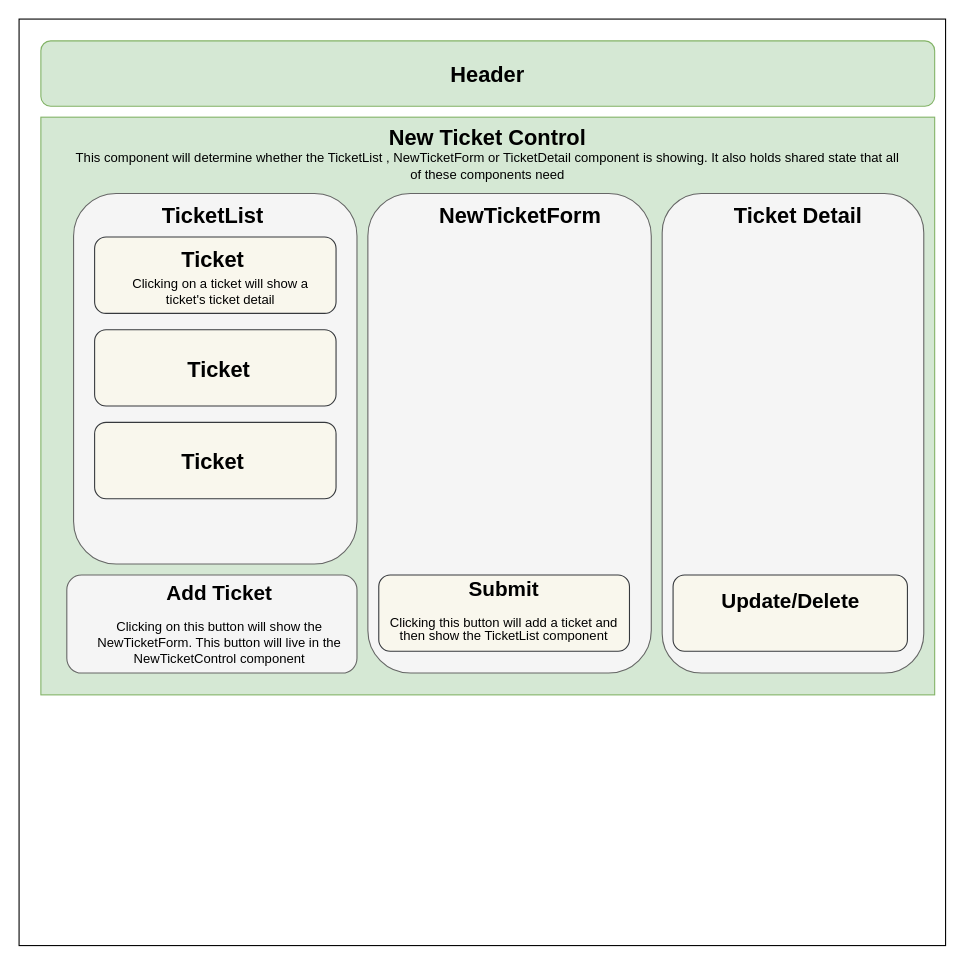
Before: img/diagram.drawio in fc-dogan/help-queue, a draw.io diagram. Source tidied: cells renumbered, new cells numbered last; positions are measured from the earlier drawing's top-left corner, leaving out a move shared by most shapes. Both pictures are drawn from the tidied source at 109%, with x=0, y=0 at pixel (19, 19).
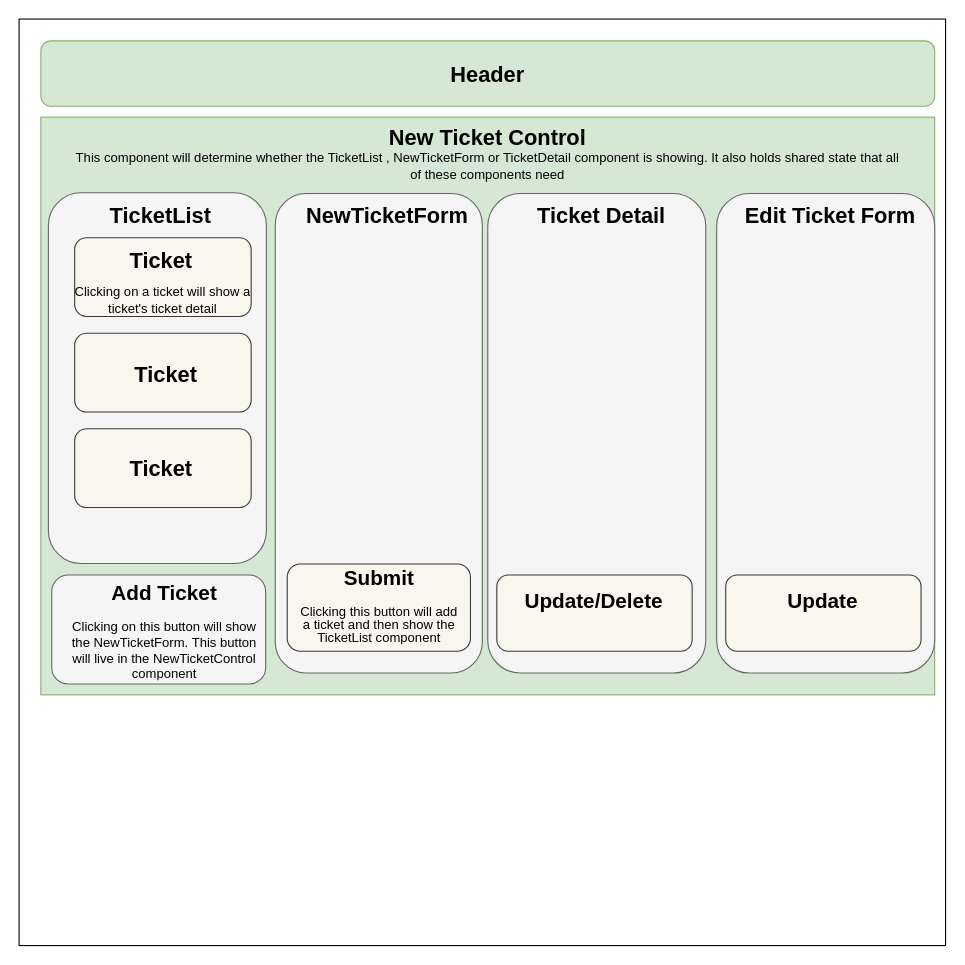
The same page after the edit.

Commit message (it also covers changes not shown here):
add new state slice to Ticketcontrol to toggle between forms

Diff of the diagram source:
```diff
@@
     <mxCell id="4" style="group;" parent="1" vertex="1">
-      <mxGeometry x="50" y="150" width="260" height="350" as="geometry" />
+      <mxGeometry x="36.9" y="150" width="210" height="360" as="geometry" />
     </mxCell>
     <mxCell id="5" style="group;" parent="4" vertex="1">
-      <mxGeometry width="260" height="350" as="geometry" />
+      <mxGeometry width="210" height="360" as="geometry" />
     </mxCell>
+    <mxCell id="32" style="group;" parent="5" vertex="1">
+      <mxGeometry y="9.4" width="190" height="350.6" as="geometry" />
+    </mxCell>
-    <mxCell id="6" style="rounded=1;whiteSpace=wrap;html=1;fillColor=#f5f5f5;strokeColor=#666666;fontColor=#333333;" parent="5" vertex="1">
-      <mxGeometry y="10" width="260" height="340" as="geometry" />
+    <mxCell id="6" style="rounded=1;whiteSpace=wrap;html=1;fillColor=#f5f5f5;strokeColor=#666666;fontColor=#333333;" parent="32" vertex="1">
+      <mxGeometry x="-10" width="200" height="340" as="geometry" />
     </mxCell>
-    <mxCell id="7" style="rounded=1;whiteSpace=wrap;html=1;fillColor=#f9f7ed;strokeColor=#36393d;" parent="5" vertex="1">
-      <mxGeometry x="19.3" y="50" width="221.5" height="70" as="geometry" />
+    <mxCell id="7" style="rounded=1;whiteSpace=wrap;html=1;fillColor=#f9f7ed;strokeColor=#36393d;" parent="32" vertex="1">
+      <mxGeometry x="14.1" y="41.2" width="161.9" height="72.2" as="geometry" />
     </mxCell>
-    <mxCell id="8" value="&lt;font style=&quot;font-size: 20px&quot;&gt;&lt;b&gt;Ticket&lt;/b&gt;&lt;/font&gt;" style="text;html=1;strokeColor=none;fillColor=none;align=center;verticalAlign=middle;whiteSpace=wrap;rounded=0;" parent="5" vertex="1">
-      <mxGeometry x="81.9" y="60" width="91.5" height="20" as="geometry" />
+    <mxCell id="8" value="&lt;font style=&quot;font-size: 20px&quot;&gt;&lt;b&gt;Ticket&lt;/b&gt;&lt;/font&gt;" style="text;html=1;strokeColor=none;fillColor=none;align=center;verticalAlign=middle;whiteSpace=wrap;rounded=0;" parent="32" vertex="1">
+      <mxGeometry x="59.8" y="51.6" width="66.9" height="20.6" as="geometry" />
     </mxCell>
-    <mxCell id="9" style="rounded=1;whiteSpace=wrap;html=1;fillColor=#f9f7ed;strokeColor=#36393d;" parent="5" vertex="1">
-      <mxGeometry x="19.3" y="135" width="221.5" height="70" as="geometry" />
+    <mxCell id="9" style="rounded=1;whiteSpace=wrap;html=1;fillColor=#f9f7ed;strokeColor=#36393d;" parent="32" vertex="1">
+      <mxGeometry x="14.1" y="128.9" width="161.9" height="72.2" as="geometry" />
     </mxCell>
-    <mxCell id="10" value="&lt;font style=&quot;font-size: 20px&quot;&gt;&lt;b&gt;Ticket&lt;/b&gt;&lt;/font&gt;" style="text;html=1;strokeColor=none;fillColor=none;align=center;verticalAlign=middle;whiteSpace=wrap;rounded=0;" parent="5" vertex="1">
-      <mxGeometry x="84.3" y="160" width="98.7" height="21.6" as="geometry" />
+    <mxCell id="10" value="&lt;font style=&quot;font-size: 20px&quot;&gt;&lt;b&gt;Ticket&lt;/b&gt;&lt;/font&gt;" style="text;html=1;strokeColor=none;fillColor=none;align=center;verticalAlign=middle;whiteSpace=wrap;rounded=0;" parent="32" vertex="1">
+      <mxGeometry x="61.6" y="154.7" width="72.1" height="22.3" as="geometry" />
     </mxCell>
-    <mxCell id="11" style="rounded=1;whiteSpace=wrap;html=1;fillColor=#f9f7ed;strokeColor=#36393d;" parent="5" vertex="1">
-      <mxGeometry x="19.3" y="220" width="221.5" height="70" as="geometry" />
+    <mxCell id="11" style="rounded=1;whiteSpace=wrap;html=1;fillColor=#f9f7ed;strokeColor=#36393d;" parent="32" vertex="1">
+      <mxGeometry x="14.1" y="216.5" width="161.9" height="72.2" as="geometry" />
     </mxCell>
-    <mxCell id="12" value="&lt;font style=&quot;font-size: 20px&quot;&gt;&lt;b&gt;Ticket&lt;/b&gt;&lt;/font&gt;" style="text;html=1;strokeColor=none;fillColor=none;align=center;verticalAlign=middle;whiteSpace=wrap;rounded=0;" parent="5" vertex="1">
-      <mxGeometry x="81.9" y="245" width="91.5" height="20" as="geometry" />
+    <mxCell id="12" value="&lt;font style=&quot;font-size: 20px&quot;&gt;&lt;b&gt;Ticket&lt;/b&gt;&lt;/font&gt;" style="text;html=1;strokeColor=none;fillColor=none;align=center;verticalAlign=middle;whiteSpace=wrap;rounded=0;" parent="32" vertex="1">
+      <mxGeometry x="59.8" y="242.3" width="66.9" height="20.6" as="geometry" />
     </mxCell>
-    <mxCell id="13" value="&lt;span style=&quot;font-size: 20px&quot;&gt;&lt;b&gt;TicketList&lt;/b&gt;&lt;/span&gt;" style="text;html=1;strokeColor=none;fillColor=none;align=center;verticalAlign=middle;whiteSpace=wrap;rounded=0;" parent="5" vertex="1">
-      <mxGeometry x="57.6" y="20" width="140" height="20" as="geometry" />
+    <mxCell id="13" value="&lt;span style=&quot;font-size: 20px&quot;&gt;&lt;b&gt;TicketList&lt;/b&gt;&lt;/span&gt;" style="text;html=1;strokeColor=none;fillColor=none;align=center;verticalAlign=middle;whiteSpace=wrap;rounded=0;" parent="32" vertex="1">
+      <mxGeometry x="42.1" y="10.3" width="102.3" height="20.6" as="geometry" />
     </mxCell>
+    <mxCell id="18" value="Clicking on a ticket will show a ticket's ticket detail" style="text;html=1;strokeColor=none;fillColor=none;align=center;verticalAlign=middle;whiteSpace=wrap;rounded=0;" parent="32" vertex="1">
+      <mxGeometry x="9" y="88.1" width="171.9" height="21.9" as="geometry" />
+    </mxCell>
@@
-    <mxCell id="15" style="rounded=1;whiteSpace=wrap;html=1;fillColor=#f5f5f5;strokeColor=#666666;fontColor=#333333;" parent="1" vertex="1">
-      <mxGeometry x="320" y="160" width="260" height="440" as="geometry" />
-    </mxCell>
@@
-    <mxCell id="18" value="Clicking on a ticket will show a ticket's ticket detail" style="text;html=1;strokeColor=none;fillColor=none;align=center;verticalAlign=middle;whiteSpace=wrap;rounded=0;" parent="1" vertex="1">
-      <mxGeometry x="90" y="240" width="190" height="20" as="geometry" />
-    </mxCell>
@@
+    <mxCell id="23" style="group;" parent="1" vertex="1">
+      <mxGeometry x="30" y="510" width="196.2" height="100" as="geometry" />
+    </mxCell>
+    <mxCell id="24" style="rounded=1;whiteSpace=wrap;html=1;fillColor=#f5f5f5;strokeColor=#666666;fontColor=#333333;" parent="23" vertex="1">
+      <mxGeometry width="196.2" height="100" as="geometry" />
+    </mxCell>
+    <mxCell id="25" value="&lt;h1 style=&quot;text-align: center ; font-size: 19px&quot;&gt;&lt;font style=&quot;font-size: 19px&quot;&gt;&lt;font style=&quot;font-size: 19px ; line-height: 100%&quot;&gt;Add &lt;/font&gt;&lt;font style=&quot;font-size: 19px&quot;&gt;Ticket&lt;/font&gt;&lt;/font&gt;&lt;/h1&gt;&lt;div style=&quot;text-align: center&quot;&gt;&lt;font style=&quot;font-size: 12px&quot;&gt;Clicking on this button will show the NewTicketForm. This button will live in the NewTicketControl component&lt;/font&gt;&lt;/div&gt;&lt;div&gt;&lt;br&gt;&lt;/div&gt;" style="text;html=1;strokeColor=none;fillColor=none;spacing=5;spacingTop=-20;whiteSpace=wrap;overflow=hidden;rounded=0;imageAlign=left;" parent="23" vertex="1">
+      <mxGeometry x="11" y="2.8" width="182.7" height="94.4" as="geometry" />
+    </mxCell>
+    <mxCell id="33" style="group;" parent="1" vertex="1">
+      <mxGeometry x="235" y="160" width="190" height="440" as="geometry" />
+    </mxCell>
+    <mxCell id="15" style="rounded=1;whiteSpace=wrap;html=1;fillColor=#f5f5f5;strokeColor=#666666;fontColor=#333333;" parent="33" vertex="1">
+      <mxGeometry width="190" height="440" as="geometry" />
+    </mxCell>
+    <mxCell id="28" value="&lt;font style=&quot;font-size: 20px&quot;&gt;&lt;b&gt;NewTicketForm&lt;/b&gt;&lt;/font&gt;" style="text;html=1;strokeColor=none;fillColor=none;align=center;verticalAlign=middle;whiteSpace=wrap;rounded=0;" parent="33" vertex="1">
+      <mxGeometry x="25.6" y="10" width="153.5" height="20" as="geometry" />
+    </mxCell>
-    <mxCell id="20" style="group;" parent="1" vertex="1">
-      <mxGeometry x="330" y="510" width="230" height="70" as="geometry" />
+    <mxCell id="20" style="group;" parent="33" vertex="1">
+      <mxGeometry x="11" y="340" width="168.1" height="80" as="geometry" />
     </mxCell>
     <mxCell id="21" style="rounded=1;whiteSpace=wrap;html=1;fillColor=#f9f7ed;strokeColor=#36393d;" parent="20" vertex="1">
-      <mxGeometry width="230" height="70" as="geometry" />
+      <mxGeometry width="168.1" height="80" as="geometry" />
     </mxCell>
     <mxCell id="22" value="&lt;h1 style=&quot;font-size: 19px&quot;&gt;Submit&lt;/h1&gt;&lt;div style=&quot;line-height: 100%&quot;&gt;Clicking this button will add a ticket and then show the TicketList component&lt;/div&gt;" style="text;html=1;strokeColor=none;fillColor=none;spacing=5;spacingTop=-20;whiteSpace=wrap;overflow=hidden;rounded=0;imageAlign=left;align=center;" parent="20" vertex="1">
-      <mxGeometry x="5" width="220" height="70" as="geometry" />
+      <mxGeometry x="3.7" width="160.8" height="80" as="geometry" />
     </mxCell>
-    <mxCell id="23" style="group;" parent="1" vertex="1">
-      <mxGeometry x="43.8" y="510" width="266.2" height="90" as="geometry" />
-    </mxCell>
-    <mxCell id="24" style="rounded=1;whiteSpace=wrap;html=1;fillColor=#f5f5f5;strokeColor=#666666;fontColor=#333333;" parent="23" vertex="1">
-      <mxGeometry width="266.2" height="90" as="geometry" />
-    </mxCell>
-    <mxCell id="25" value="&lt;h1 style=&quot;text-align: center ; font-size: 19px&quot;&gt;&lt;font style=&quot;font-size: 19px&quot;&gt;&lt;font style=&quot;font-size: 19px ; line-height: 100%&quot;&gt;Add &lt;/font&gt;&lt;font style=&quot;font-size: 19px&quot;&gt;Ticket&lt;/font&gt;&lt;/font&gt;&lt;/h1&gt;&lt;div style=&quot;text-align: center&quot;&gt;&lt;font style=&quot;font-size: 12px&quot;&gt;Clicking on this button will show the NewTicketForm. This button will live in the NewTicketControl component&lt;/font&gt;&lt;/div&gt;&lt;div&gt;&lt;br&gt;&lt;/div&gt;" style="text;html=1;strokeColor=none;fillColor=none;spacing=5;spacingTop=-20;whiteSpace=wrap;overflow=hidden;rounded=0;imageAlign=left;" parent="23" vertex="1">
-      <mxGeometry x="14.9" y="2.5" width="247.9" height="85" as="geometry" />
-    </mxCell>
+    <mxCell id="34" style="group;" parent="1" vertex="1">
+      <mxGeometry x="430" y="160" width="200" height="440" as="geometry" />
+    </mxCell>
-    <mxCell id="26" style="rounded=1;whiteSpace=wrap;html=1;fillColor=#f5f5f5;strokeColor=#666666;fontColor=#333333;" parent="1" vertex="1">
-      <mxGeometry x="590" y="160" width="240" height="440" as="geometry" />
+    <mxCell id="26" style="rounded=1;whiteSpace=wrap;html=1;fillColor=#f5f5f5;strokeColor=#666666;fontColor=#333333;" parent="34" vertex="1">
+      <mxGeometry width="200" height="440" as="geometry" />
     </mxCell>
-    <mxCell id="27" value="&lt;font style=&quot;font-size: 20px&quot;&gt;&lt;b&gt;Ticket Detail&lt;/b&gt;&lt;/font&gt;" style="text;html=1;strokeColor=none;fillColor=none;align=center;verticalAlign=middle;whiteSpace=wrap;rounded=0;" parent="1" vertex="1">
-      <mxGeometry x="610" y="170" width="210" height="20" as="geometry" />
+    <mxCell id="27" value="&lt;font style=&quot;font-size: 20px&quot;&gt;&lt;b&gt;Ticket Detail&lt;/b&gt;&lt;/font&gt;" style="text;html=1;strokeColor=none;fillColor=none;align=center;verticalAlign=middle;whiteSpace=wrap;rounded=0;" parent="34" vertex="1">
+      <mxGeometry x="16.7" y="10" width="175" height="20" as="geometry" />
     </mxCell>
-    <mxCell id="28" value="&lt;font style=&quot;font-size: 20px&quot;&gt;&lt;b&gt;NewTicketForm&lt;/b&gt;&lt;/font&gt;" style="text;html=1;strokeColor=none;fillColor=none;align=center;verticalAlign=middle;whiteSpace=wrap;rounded=0;" parent="1" vertex="1">
-      <mxGeometry x="355" y="170" width="210" height="20" as="geometry" />
-    </mxCell>
-    <mxCell id="29" style="group;" parent="1" vertex="1">
-      <mxGeometry x="600" y="510" width="215" height="70" as="geometry" />
+    <mxCell id="29" style="group;" parent="34" vertex="1">
+      <mxGeometry x="8.3" y="350" width="179.2" height="70" as="geometry" />
     </mxCell>
     <mxCell id="30" style="rounded=1;whiteSpace=wrap;html=1;fillColor=#f9f7ed;strokeColor=#36393d;" parent="29" vertex="1">
-      <mxGeometry width="215" height="70" as="geometry" />
+      <mxGeometry width="179.2" height="70" as="geometry" />
     </mxCell>
     <mxCell id="31" value="&lt;h1 style=&quot;font-size: 19px&quot;&gt;Update/Delete&lt;/h1&gt;" style="text;html=1;strokeColor=none;fillColor=none;spacing=5;spacingTop=-20;whiteSpace=wrap;overflow=hidden;rounded=0;imageAlign=left;align=center;verticalAlign=middle;" parent="29" vertex="1">
-      <mxGeometry x="4.7" width="205.7" height="70" as="geometry" />
+      <mxGeometry x="3.9" width="171.4" height="70" as="geometry" />
     </mxCell>
+    <mxCell id="35" style="group;" parent="1" vertex="1">
+      <mxGeometry x="640" y="160" width="200" height="440" as="geometry" />
+    </mxCell>
+    <mxCell id="36" style="rounded=1;whiteSpace=wrap;html=1;fillColor=#f5f5f5;strokeColor=#666666;fontColor=#333333;" parent="35" vertex="1">
+      <mxGeometry width="200" height="440" as="geometry" />
+    </mxCell>
+    <mxCell id="37" value="&lt;font style=&quot;font-size: 20px&quot;&gt;&lt;b&gt;Edit Ticket Form&lt;/b&gt;&lt;/font&gt;" style="text;html=1;strokeColor=none;fillColor=none;align=center;verticalAlign=middle;whiteSpace=wrap;rounded=0;" parent="35" vertex="1">
+      <mxGeometry x="16.7" y="10" width="175" height="20" as="geometry" />
+    </mxCell>
+    <mxCell id="38" style="group;" parent="35" vertex="1">
+      <mxGeometry x="8.3" y="350" width="179.2" height="70" as="geometry" />
+    </mxCell>
+    <mxCell id="39" style="rounded=1;whiteSpace=wrap;html=1;fillColor=#f9f7ed;strokeColor=#36393d;" parent="38" vertex="1">
+      <mxGeometry width="179.2" height="70" as="geometry" />
+    </mxCell>
+    <mxCell id="40" value="&lt;h1 style=&quot;font-size: 19px&quot;&gt;Update&lt;/h1&gt;" style="text;html=1;strokeColor=none;fillColor=none;spacing=5;spacingTop=-20;whiteSpace=wrap;overflow=hidden;rounded=0;imageAlign=left;align=center;verticalAlign=middle;" parent="38" vertex="1">
+      <mxGeometry x="3.9" width="171.4" height="70" as="geometry" />
+    </mxCell>
```
